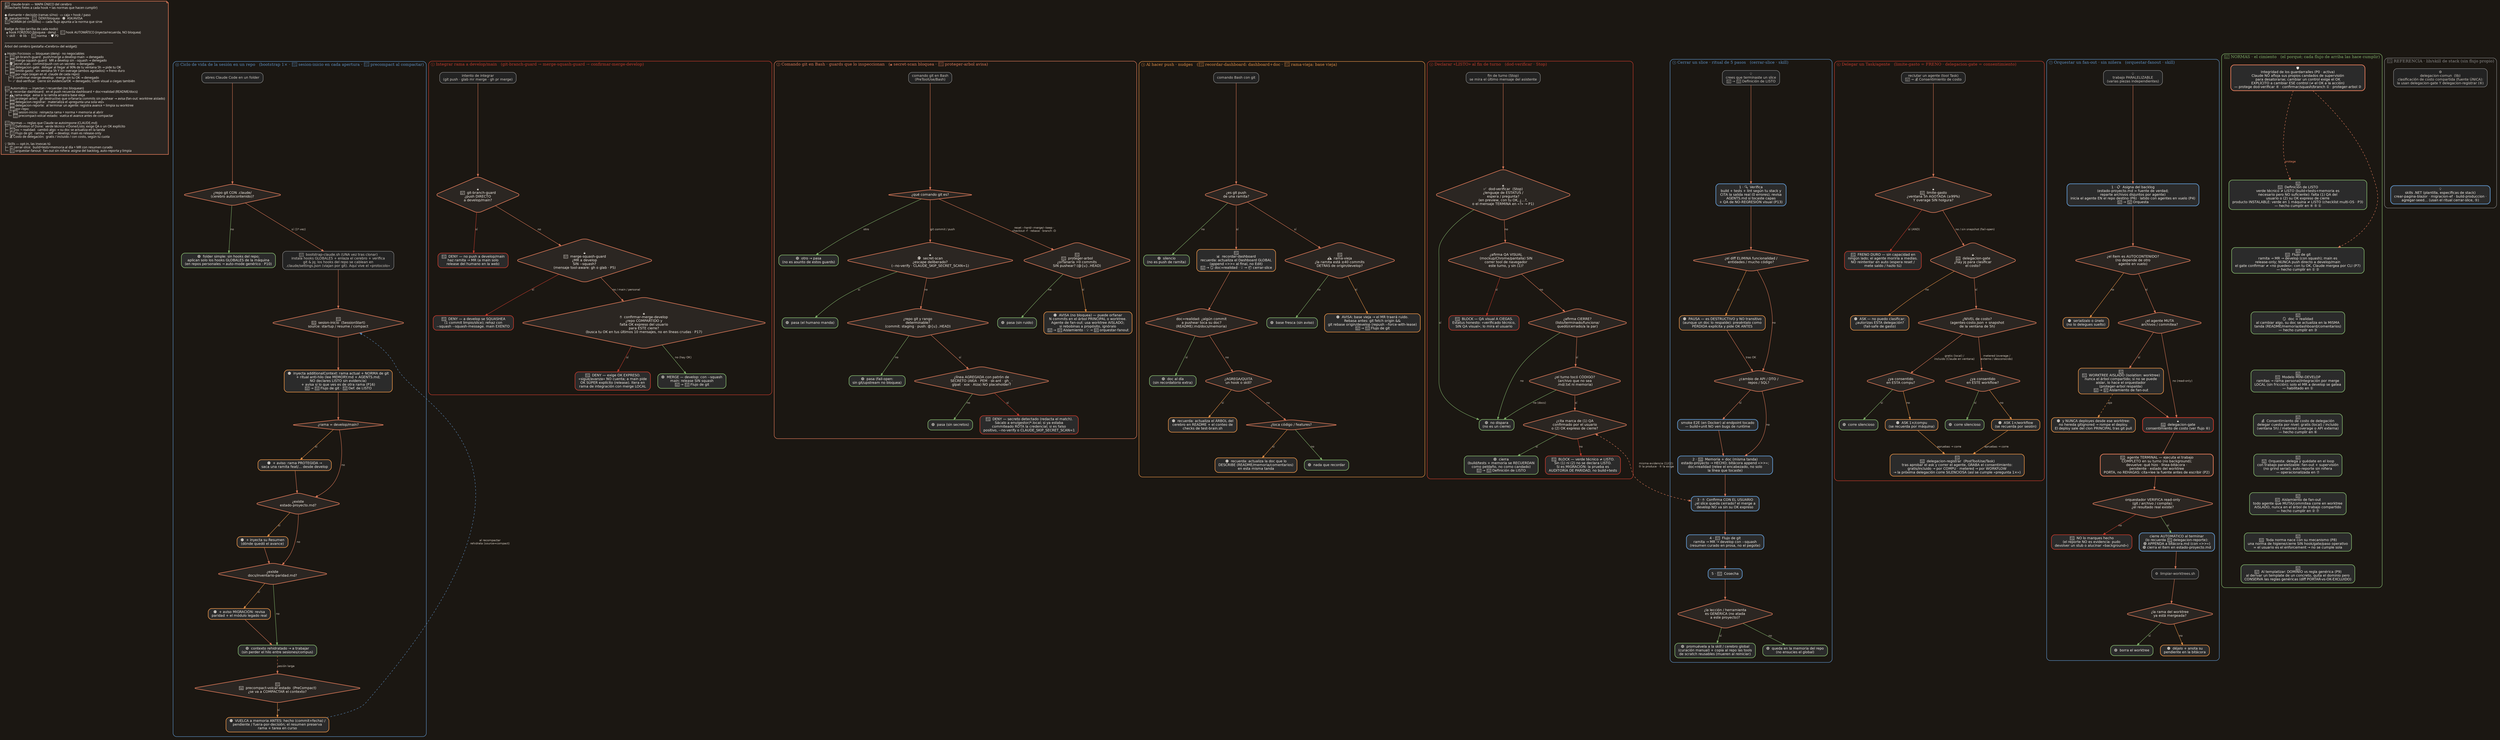
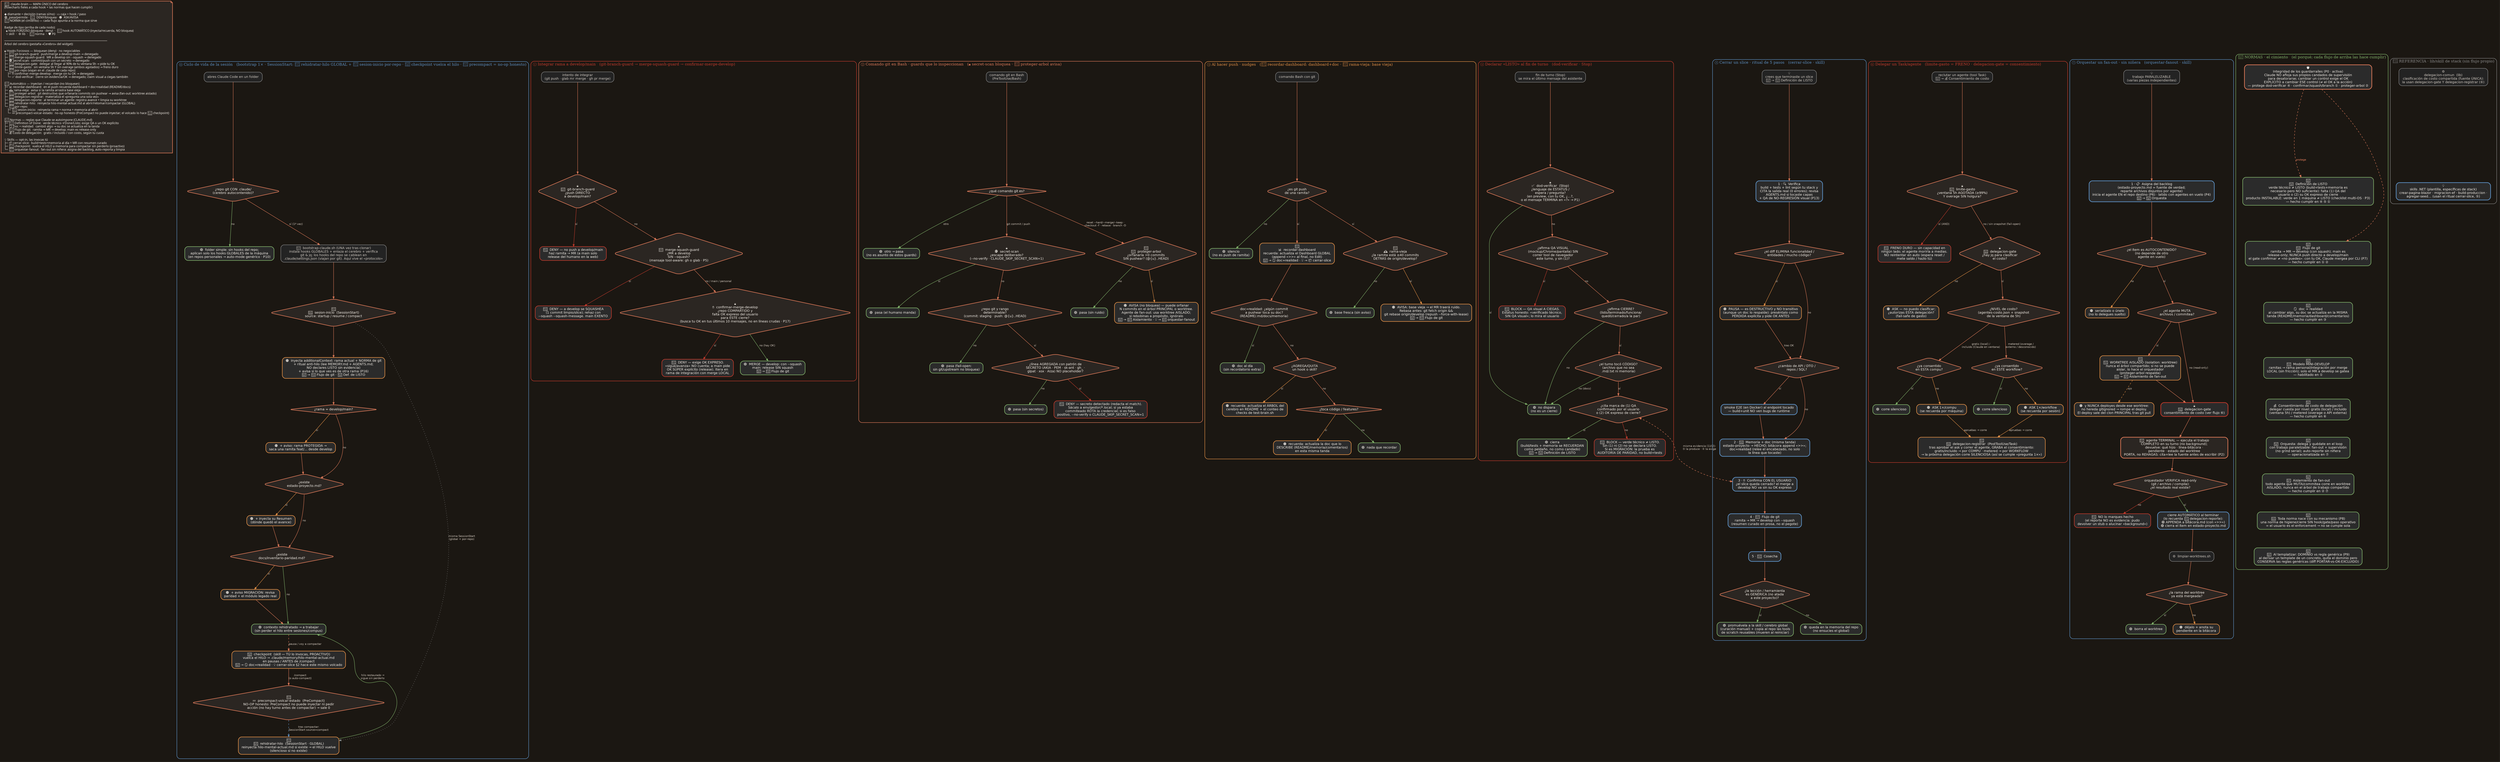
// Mapa del cerebro claude-brain — MAPA ÚNICO (fuente de verdad; el .graphml de yEd se genera de aquí).
// Contiene TODO: los flowcharts de decisión (⓪–⑦, fieles a la lógica real de cada hook leída del .sh)
// + las NORMAS que hacen cumplir (el cimiento) + la referencia de lib/skill de stack.
// diamante = decisión con ramas sí/no · caja = hook/paso · 🟢 pasa · 🔴 DENY · 🟠 ASK/AVISA · 📜 norma.
// Familias: sesión (⓪) · git (①②③) · «terminado» (④⑤) · delegación (⑥⑦).
// El ancho del render de Graphviz NO importa: en yEd se acomoda POR FLUJO (no en una tira).
// Lenguaje visual del README/widget.  Render: dot -Tpng docs/mapa-flujos.dot -o docs/mapa-flujos.png
digraph flujos {
  rankdir=TB;
  bgcolor="#1B1712";
  compound=true;
  nodesep=0.35;
  ranksep=0.55;
  splines=true;
  node [shape=box style="rounded,filled" fillcolor="#2B2B2B" fontcolor="#F2EDE6"
        fontname="Helvetica" fontsize=12 margin="0.16,0.09" penwidth=2];
  edge [color="#D97757" fontcolor="#C9BFB4" fontname="Helvetica" fontsize=10 penwidth=1.3 arrowsize=0.8];

  LEG [shape=note fillcolor="#2B2622" color="#D97757" penwidth=2 fontcolor="#F2EDE6" fontname="Menlo" fontsize=11
-        label="🧠  claude-brain — MAPA ÚNICO del cerebro\l(flowcharts fieles a cada hook + las normas que hacen cumplir)\l\l◆ diamante = decisión (ramas sí/no) · ▭ caja = hook / paso\l🟢  pasa/permite · 🔴  DENY/bloquea · 🟠  ASK/AVISA\l📜 NORMA (el cimiento) — cada flujo apunta a la norma que sirve\l\lBadge de tipo (arriba de cada nodo):\l  🔒 hook FORZOSO (bloquea · deny)  ·  🔔 hook AUTOMÁTICO (inyecta/recuerda, NO bloquea)\l  💡 skill  ·  ⚙ lib  ·  📜 norma  ·  🛡 P0\l\l────────────────────────────────────────────────────────\lÁrbol del cerebro (pestaña «Cerebro» del widget):\l\l🔒 Hooks Forzosos — bloquean (deny) · no negociables\l├─ 🚧 git-branch-guard:  push/merge a develop·main → denegado\l├─ 🔗 merge-squash-guard:  MR a develop sin --squash → denegado\l├─ 🕵️ secret-scan:  commit/push con un secreto → denegado\l├─ 💸 delegacion-gate:  delegar al llegar al 90% de tu ventana 5h → pide tu OK\l├─ 🛑 limite-gasto:  sin ventana 5h Y sin overage (ambos agotados) → freno duro\l└─ 📁 por-repo (viajan en el .claude de cada repo):\l   ├─ ✋ confirmar-merge-develop:  merge sin tu OK → denegado\l   └─ ✅ dod-verificar:  cierre sin evidencia/OK → denegado; claim visual a ciegas también\l\l🔔 Automático — inyectan / recuerdan (no bloquean)\l├─ 📊 recordar-dashboard:  en el push recuerda dashboard + doc=realidad (README/docs)\l├─ 🕰️ rama-vieja:  avisa si la ramita arrastra base vieja\l├─ 🌳 proteger-arbol:  git destructivo que orfanaría commits sin pushear → avisa (fan-out: worktree aislado)\l├─ 📝 delegacion-registrar:  materializa el «pregunta una sola vez»\l├─ 📮 delegacion-reporte:  al terminar un agente: registra avance + limpia su worktree\l└─ 📁 por-repo:\l   ├─ 🧭 sesion-inicio:  reinyecta rama + norma + memoria al abrir\l   └─ 💾 precompact-volcar-estado:  vuelca el avance antes de compactar\l\l📜 Normas — reglas que Claude se autoimpone (CLAUDE.md)\l├─ 🎯 Definition of Done:  verde técnico ≠ Done/Listo; exige QA o un OK explícito\l├─ 🪞 Doc = realidad:  cambió algo → su doc se actualiza en la tanda\l├─ 🌿 Flujo de git:  ramita → MR → develop; main es release-only\l└─ 💰 Costo de delegación:  gratis / incluido / con costo, según tu cuota\l\l💡 Skills — opt-in, las invocas tú\l├─ 📦 cerrar-slice:  build+tests+memoria al día + MR con resumen curado\l└─ 🧵 orquestar-fanout:  fan-out sin niñera: asigna del backlog, auto-reporta y limpia\l"];
+        label="🧠  claude-brain — MAPA ÚNICO del cerebro\l(flowcharts fieles a cada hook + las normas que hacen cumplir)\l\l◆ diamante = decisión (ramas sí/no) · ▭ caja = hook / paso\l🟢  pasa/permite · 🔴  DENY/bloquea · 🟠  ASK/AVISA\l📜 NORMA (el cimiento) — cada flujo apunta a la norma que sirve\l\lBadge de tipo (arriba de cada nodo):\l  🔒 hook FORZOSO (bloquea · deny)  ·  🔔 hook AUTOMÁTICO (inyecta/recuerda, NO bloquea)\l  💡 skill  ·  ⚙ lib  ·  📜 norma  ·  🛡 P0\l\l────────────────────────────────────────────────────────\lÁrbol del cerebro (pestaña «Cerebro» del widget):\l\l🔒 Hooks Forzosos — bloquean (deny) · no negociables\l├─ 🚧 git-branch-guard:  push/merge a develop·main → denegado\l├─ 🔗 merge-squash-guard:  MR a develop sin --squash → denegado\l├─ 🕵️ secret-scan:  commit/push con un secreto → denegado\l├─ 💸 delegacion-gate:  delegar al llegar al 90% de tu ventana 5h → pide tu OK\l├─ 🛑 limite-gasto:  sin ventana 5h Y sin overage (ambos agotados) → freno duro\l└─ 📁 por-repo (viajan en el .claude de cada repo):\l   ├─ ✋ confirmar-merge-develop:  merge sin tu OK → denegado\l   └─ ✅ dod-verificar:  cierre sin evidencia/OK → denegado; claim visual a ciegas también\l\l🔔 Automático — inyectan / recuerdan (no bloquean)\l├─ 📊 recordar-dashboard:  en el push recuerda dashboard + doc=realidad (README/docs)\l├─ 🕰️ rama-vieja:  avisa si la ramita arrastra base vieja\l├─ 🌳 proteger-arbol:  git destructivo que orfanaría commits sin pushear → avisa (fan-out: worktree aislado)\l├─ 📝 delegacion-registrar:  materializa el «pregunta una sola vez»\l├─ 📮 delegacion-reporte:  al terminar un agente: registra avance + limpia su worktree\l├─ 🧵 rehidratar-hilo:  reinyecta hilo-mental-actual.md al abrir/retomar/compactar (GLOBAL)\l└─ 📁 por-repo:\l   ├─ 🧭 sesion-inicio:  reinyecta rama + norma + memoria al abrir\l   └─ 💤 precompact-volcar-estado:  no-op honesto (PreCompact no puede inyectar; el volcado lo hace 💾 checkpoint)\l\l📜 Normas — reglas que Claude se autoimpone (CLAUDE.md)\l├─ 🎯 Definition of Done:  verde técnico ≠ Done/Listo; exige QA o un OK explícito\l├─ 🪞 Doc = realidad:  cambió algo → su doc se actualiza en la tanda\l├─ 🌿 Flujo de git:  ramita → MR → develop; main es release-only\l└─ 💰 Costo de delegación:  gratis / incluido / con costo, según tu cuota\l\l💡 Skills — opt-in, las invocas tú\l├─ 📦 cerrar-slice:  build+tests+memoria al día + MR con resumen curado\l├─ 💾 checkpoint:  vuelca el HILO a memoria para compactar sin perderlo (proactivo)\l└─ 🧵 orquestar-fanout:  fan-out sin niñera: asigna del backlog, auto-reporta y limpia\l"];

  // ===================== ⓪ CICLO DE VIDA DE LA SESIÓN =====================
  subgraph cluster_f0 {
-     label="⓪ Ciclo de vida de la sesión en un repo   (bootstrap 1× · 🔔 sesion-inicio en cada apertura · 🔔 precompact al compactar)";
+     label="⓪ Ciclo de vida de la sesión   (bootstrap 1× · SessionStart: 🔔 rehidratar-hilo GLOBAL + 🔔 sesion-inicio por-repo · 💾 checkpoint vuelca el hilo · 🔔 precompact = no-op honesto)";
    labeljust="l"; fontcolor="#5B8DBF"; fontsize=14; color="#5B8DBF"; style="rounded"; penwidth=1.6; margin=16;

    Z_OPEN [shape=box color="#8A8A8A" fillcolor="#232323" fontcolor="#CFC8C0" penwidth=1.5 label="abres Claude Code en un folder"];
    Z_GIT  [shape=diamond fillcolor="#2B2622" color="#D97757" penwidth=2 label="¿repo git CON .claude/\n(cerebro autocontenido)?"];
    Z_PLAIN [color="#7FB069" label="🟢  folder simple: sin hooks del repo;\naplican solo los hooks GLOBALES de la máquina\n(en repos personales → auto-mode genérico · P10)"];
    Z_BOOT [color="#8A8A8A" fillcolor="#232323" fontcolor="#CFC8C0" penwidth=1.5 label="🔧  bootstrap-claude.sh (UNA vez tras clonar)\ninstala hooks GLOBALES + enlaza el cerebro + verifica\ngit & jq; los hooks del repo se cablean en\n.claude/settings.json (viajan por git). Aquí vive el «protocolo»"];

    Z_START [shape=diamond fillcolor="#2B2622" color="#D97757" penwidth=2 label="🔔\n🧭  sesion-inicio  (SessionStart)\nsource: startup / resume / compact"];
    Z_INJECT [color="#E08E45" label="🟠  inyecta additionalContext: rama actual + NORMA de git\n+ ritual anti-hilo (lee MEMORY.md + AGENTS.md;\nNO declares LISTO sin evidencia)\n+ avisa si lo que ves es de otra rama (P16)\n📜 → 🌿 Flujo de git · 🎯 Def. de LISTO"];
    Z_PROT [shape=diamond fillcolor="#2B2622" color="#D97757" penwidth=2 label="¿rama = develop/main?"];
    Z_PROTW [color="#E08E45" label="🟠  + aviso: rama PROTEGIDA →\nsaca una ramita feat/… desde develop"];
    Z_EST [shape=diamond fillcolor="#2B2622" color="#D97757" penwidth=2 label="¿existe\nestado-proyecto.md?"];
    Z_ESTW [color="#E08E45" label="🟠  + inyecta su Resumen\n(dónde quedó el avance)"];
    Z_MIG [shape=diamond fillcolor="#2B2622" color="#D97757" penwidth=2 label="¿existe\ndocs/inventario-paridad.md?"];
    Z_MIGW [color="#E08E45" label="🟠  + aviso MIGRACIÓN: revisa\nparidad + el módulo legado real"];
    Z_READY [color="#7FB069" label="🟢  contexto rehidratado → a trabajar\n(sin perder el hilo entre sesiones/compus)"];

-     Z_COMPACT [shape=diamond fillcolor="#2B2622" color="#D97757" penwidth=2 label="🔔\n💾  precompact-volcar-estado  (PreCompact)\n¿se va a COMPACTAR el contexto?"];
-     Z_DUMP [color="#E08E45" label="🟠  VUELCA a memoria ANTES: hecho (commit+fecha) /\npendiente / fuera-por-decisión; el resumen preserva\nrama + tarea en curso"];
+     Z_CHECK [color="#E08E45" label="💾  checkpoint  (skill — TÚ lo invocas, PROACTIVO)\nvuelca el HILO → .claude/memory/hilo-mental-actual.md\nen pausas / ANTES de /compact\n📜 → 🪞 doc=realidad · 💡 cerrar-slice §2 hace este mismo volcado"];
+     Z_COMPACT [shape=diamond fillcolor="#2B2622" color="#D97757" penwidth=2 label="🔔\n💤  precompact-volcar-estado  (PreCompact)\nNO-OP honesto: PreCompact no puede inyectar ni pedir\nacción (no hay turno antes de compactar) → sale 0"];
+     Z_REHID [color="#E08E45" label="🔔\n🧵  rehidratar-hilo  (SessionStart · GLOBAL)\nreinyecta hilo-mental-actual.md si existe → el HILO vuelve\n(silencioso si no existe)"];

    Z_OPEN -> Z_GIT;
    Z_GIT -> Z_PLAIN [label="no" color="#7FB069"];
    Z_GIT -> Z_BOOT  [label="sí (1ª vez)"];
    Z_BOOT -> Z_START;
    Z_START -> Z_INJECT;
    Z_INJECT -> Z_PROT;
    Z_PROT -> Z_PROTW [label="sí" color="#E08E45"];
    Z_PROT -> Z_EST   [label="no"];
    Z_PROTW -> Z_EST;
    Z_EST -> Z_ESTW [label="sí" color="#E08E45"];
    Z_EST -> Z_MIG  [label="no"];
    Z_ESTW -> Z_MIG;
    Z_MIG -> Z_MIGW  [label="sí" color="#E08E45"];
    Z_MIG -> Z_READY [label="no" color="#7FB069"];
    Z_MIGW -> Z_READY;
-     Z_READY -> Z_COMPACT [label="sesión larga" style=dashed];
-     Z_COMPACT -> Z_DUMP [label="sí" color="#E08E45"];
-     Z_DUMP -> Z_START [label="al recompactar\nrehidrata (source=compact)" style=dashed color="#5B8DBF" constraint=false];
+     Z_READY -> Z_CHECK [label="pausa / voy a compactar" style=dashed];
+     Z_CHECK -> Z_COMPACT [label="/compact\n(o auto-compact)"];
+     Z_COMPACT -> Z_REHID [label="tras compactar:\nSessionStart source=compact" style=dashed color="#5B8DBF"];
+     Z_REHID -> Z_READY [label="hilo restaurado →\nsigue sin perderlo" color="#7FB069" constraint=false];
+     Z_START -> Z_REHID [label="misma SessionStart\n(global + por-repo)" style=dotted color="#8A8A8A" constraint=false];
  }

  // ===================== ① INTEGRAR a develop/main =====================
  subgraph cluster_f1 {
    label="① Integrar rama a develop/main   (git-branch-guard → merge-squash-guard → confirmar-merge-develop)";
    labeljust="l"; fontcolor="#C0392B"; fontsize=14; color="#C0392B"; style="rounded"; penwidth=1.6; margin=16;

    G1_IN  [shape=box color="#8A8A8A" fillcolor="#232323" fontcolor="#CFC8C0" penwidth=1.5 label="intento de integrar\n(git push · glab mr merge · gh pr merge)"];
    G1_D1  [shape=diamond fillcolor="#2B2622" color="#D97757" penwidth=2 label="🔒\n🚧  git-branch-guard\n¿push DIRECTO\na develop/main?"];
    G1_DENY1 [color="#C0392B" label="🔴  DENY — no push a develop/main\nhaz ramita → MR (a main solo\nrelease del humano en la web)"];
    G1_D2  [shape=diamond fillcolor="#2B2622" color="#D97757" penwidth=2 label="🔒\n🔗  merge-squash-guard\n¿MR a develop\nSIN --squash?\n(mensaje tool-aware: gh o glab · P5)"];
    G1_DENY2 [color="#C0392B" label="🔴  DENY — a develop se SQUASHEA\n(1 commit limpio/slice); rehaz con\n--squash --squash-message. main EXENTO"];
    G1_D3  [shape=diamond fillcolor="#2B2622" color="#D97757" penwidth=2 label="🔒\n✋  confirmar-merge-develop\n¿repo COMPARTIDO y\nfalta OK expreso del usuario\npara ESTE cierre?\n(busca tu OK en tus últimos 10 mensajes, no en líneas crudas · P17)"];
    G1_DENY3 [color="#C0392B" label="🔴  DENY — exige OK EXPRESO.\n«sigue/avanza» NO cuenta; a main pide\nOK SÚPER explícito (release). Itera en\nrama de integración con merge LOCAL"];
    G1_OK  [color="#7FB069" label="🟢  MERGE — develop: con --squash\nmain: release SIN squash\n📜 → 🌿 Flujo de git"];

    G1_IN -> G1_D1;
    G1_D1 -> G1_DENY1 [label="sí" color="#C0392B"];
    G1_D1 -> G1_D2    [label="no"];
    G1_D2 -> G1_DENY2 [label="sí" color="#C0392B"];
    G1_D2 -> G1_D3    [label="no / main / personal"];
    G1_D3 -> G1_DENY3 [label="sí" color="#C0392B"];
    G1_D3 -> G1_OK    [label="no (hay OK)" color="#7FB069"];
  }

  // ===================== ② COMANDO GIT EN BASH — dos guards con la MISMA entrada ==========
  // secret-scan (🔒 bloquea) y proteger-arbol (🔔 avisa) comparten entrada "comando git en Bash";
  // un despachador los abre según el TIPO de comando.
  subgraph cluster_f2 {
    label="② Comando git en Bash · guards que lo inspeccionan   (🔒 secret-scan bloquea · 🔔 proteger-arbol avisa)";
    labeljust="l"; fontcolor="#D97757"; fontsize=14; color="#D97757"; style="rounded"; penwidth=1.6; margin=16;

    GG_IN   [shape=box color="#8A8A8A" fillcolor="#232323" fontcolor="#CFC8C0" penwidth=1.5 label="comando git en Bash\n(PreToolUse/Bash)"];
    GG_DISP [shape=diamond fillcolor="#2B2622" color="#D97757" penwidth=2 label="¿qué comando git es?"];
    GG_OTRO [color="#7FB069" label="🟢  otro → pasa\n(no es asunto de estos guards)"];

    // --- rama secret-scan (commit / push) ---
    S_D2  [shape=diamond fillcolor="#2B2622" color="#D97757" penwidth=2 label="🔒\n🕵  secret-scan\n¿escape deliberado?\n(--no-verify · CLAUDE_SKIP_SECRET_SCAN=1)"];
    S_PASA2 [color="#7FB069" label="🟢  pasa (el humano manda)"];
    S_D3  [shape=diamond fillcolor="#2B2622" color="#D97757" penwidth=2 label="¿repo git y rango\ndeterminable?\n(commit: staging · push: @{u}..HEAD)"];
    S_PASA3 [color="#7FB069" label="🟢  pasa (fail-open:\nsin git/upstream no bloquea)"];
    S_D4  [shape=diamond fillcolor="#2B2622" color="#D97757" penwidth=2 label="¿línea AGREGADA con patrón de\nSECRETO (AKIA · PEM · sk-ant · gh_ ·\nglpat · xox · AIza) NO placeholder?"];
    S_PASA4 [color="#7FB069" label="🟢  pasa (sin secretos)"];
    S_DENY [color="#C0392B" label="🔴  DENY — secreto detectado (redacta el match).\nSácalo a env/gestor/*.local; si ya estaba\ncommiteado ROTA la credencial; si es falso\npositivo, --no-verify o CLAUDE_SKIP_SECRET_SCAN=1"];

    // --- rama proteger-arbol (destructivo) ---
    A_D2  [shape=diamond fillcolor="#2B2622" color="#D97757" penwidth=2 label="🔔\n🌳  proteger-arbol\n¿orfanaría >0 commits\nSIN pushear? (@{u}..HEAD)"];
    A_PASA [color="#7FB069" label="🟢  pasa (sin ruido)"];
    A_WARN [color="#E08E45" label="🟠  AVISA (no bloquea) — puede orfanar\nN commits en el árbol PRINCIPAL o worktree.\nAgente de fan-out: usa worktree AISLADO;\nsi rebobinas a propósito, ignóralo\n📜 → 🧱 Aislamiento · 💡 → 🧵 orquestar-fanout"];

    GG_IN -> GG_DISP;
    GG_DISP -> S_D2    [label="git commit / push"];
    GG_DISP -> A_D2    [label="reset --hard/--merge/--keep ·\ncheckout -f · rebase · branch -D"];
    GG_DISP -> GG_OTRO [label="otro" color="#7FB069"];

    S_D2 -> S_PASA2 [label="sí" color="#7FB069"];
    S_D2 -> S_D3    [label="no"];
    S_D3 -> S_PASA3 [label="no" color="#7FB069"];
    S_D3 -> S_D4    [label="sí"];
    S_D4 -> S_PASA4 [label="no" color="#7FB069"];
    S_D4 -> S_DENY  [label="sí" color="#C0392B"];

    A_D2 -> A_PASA [label="no" color="#7FB069"];
    A_D2 -> A_WARN [label="sí" color="#E08E45"];
  }

  // ===================== ③ AL HACER PUSH — nudges (recordar-dashboard + rama-vieja) =====================
  subgraph cluster_f3 {
    label="③ Al hacer push · nudges   (🔔 recordar-dashboard: dashboard+doc · 🔔 rama-vieja: base vieja)";
    labeljust="l"; fontcolor="#E08E45"; fontsize=14; color="#E08E45"; style="rounded"; penwidth=1.6; margin=16;

    G6_IN  [shape=box color="#8A8A8A" fillcolor="#232323" fontcolor="#CFC8C0" penwidth=1.5 label="comando Bash con git"];
    G6_PUSH [shape=diamond fillcolor="#2B2622" color="#D97757" penwidth=2 label="¿es git push\nde una ramita?"];
    G6_SIL [color="#7FB069" label="🟢  silencio\n(no es push de ramita)"];

    // --- rama recordar-dashboard ---
    G6_DASH [color="#E08E45" label="🔔\n📊  recordar-dashboard\nrecuerda: actualiza el Dashboard GLOBAL\n(append «>>» al final, no Edit)\n📜 → 🪞 doc=realidad · 💡 → 📦 cerrar-slice"];
    G6_D2  [shape=diamond fillcolor="#2B2622" color="#D97757" penwidth=2 label="doc=realidad: ¿algún commit\na pushear toca su doc?\n(README/.md/docs/memoria)"];
    G6_OK  [color="#7FB069" label="🟢  doc al día\n(sin recordatorio extra)"];
    G6_D3  [shape=diamond fillcolor="#2B2622" color="#D97757" penwidth=2 label="¿AGREGA/QUITA\nun hook o skill?"];
    G6_HOOK [color="#E08E45" label="🟠  recuerda: actualiza el ÁRBOL del\ncerebro en README + el conteo de\nchecks de test-brain.sh"];
    G6_D4  [shape=diamond fillcolor="#2B2622" color="#D97757" penwidth=2 label="¿toca código / features?"];
    G6_CODE [color="#E08E45" label="🟠  recuerda: actualiza la doc que lo\nDESCRIBE (README/memoria/comentarios)\nen esta misma tanda"];
    G6_NA  [color="#7FB069" label="🟢  nada que recordar"];

    // --- rama rama-vieja ---
    G6_RV  [shape=diamond fillcolor="#2B2622" color="#D97757" penwidth=2 label="🔔\n🕰  rama-vieja\n¿la ramita está ≥40 commits\nDETRÁS de origin/develop?"];
    G6_RV_OK [color="#7FB069" label="🟢  base fresca (sin aviso)"];
    G6_RV_WARN [color="#E08E45" label="🟠  AVISA: base vieja → el MR traerá ruido.\nRebasa antes: git fetch origin &&\ngit rebase origin/develop (repush --force-with-lease)\n📜 → 🌿 Flujo de git"];

    G6_IN -> G6_PUSH;
    G6_PUSH -> G6_SIL  [label="no" color="#7FB069"];
    G6_PUSH -> G6_DASH [label="sí"];
    G6_PUSH -> G6_RV   [label="sí"];
    G6_DASH -> G6_D2;
    G6_D2 -> G6_OK   [label="sí" color="#7FB069"];
    G6_D2 -> G6_D3   [label="no"];
    G6_D3 -> G6_HOOK [label="sí" color="#E08E45"];
    G6_D3 -> G6_D4   [label="no"];
    G6_D4 -> G6_CODE [label="sí" color="#E08E45"];
    G6_D4 -> G6_NA   [label="no" color="#7FB069"];
    G6_RV -> G6_RV_OK   [label="no" color="#7FB069"];
    G6_RV -> G6_RV_WARN [label="sí" color="#E08E45"];
  }

  // ===================== ④ DECLARAR «LISTO» al fin de turno (dod-verificar · Stop) =====================
  subgraph cluster_f4 {
    label="④ Declarar «LISTO» al fin de turno   (dod-verificar · Stop)";
    labeljust="l"; fontcolor="#C0392B"; fontsize=14; color="#C0392B"; style="rounded"; penwidth=1.6; margin=16;

    G2_IN  [shape=box color="#8A8A8A" fillcolor="#232323" fontcolor="#CFC8C0" penwidth=1.5 label="fin de turno (Stop)\nse mira el último mensaje del asistente"];
    G2_D0  [shape=diamond fillcolor="#2B2622" color="#D97757" penwidth=2 label="🔒\n✅  dod-verificar  (Stop)\n¿lenguaje de ESTATUS /\nespera / pregunta?\n(en preview, con tu OK, ¿…?,\no el mensaje TERMINA en «?» → P1)"];
    G2_ESC [color="#7FB069" label="🟢  no dispara\n(no es un cierre)"];
    G2_D1  [shape=diamond fillcolor="#2B2622" color="#D97757" penwidth=2 label="¿afirma QA VISUAL\n(mockup/Chrome/pantalla) SIN\ncorrer tool de navegador\neste turno, y sin (1)?"];
    G2_VIS [color="#C0392B" label="🔴  BLOCK — QA visual A CIEGAS.\nEstatus honesto: «verificado técnico,\nSIN QA visual»; lo mira el usuario"];
    G2_D2  [shape=diamond fillcolor="#2B2622" color="#D97757" penwidth=2 label="¿afirma CIERRE?\n(listo/terminado/funciona/\nquedó/cerrado/a la par)"];
    G2_D3  [shape=diamond fillcolor="#2B2622" color="#D97757" penwidth=2 label="¿el turno tocó CÓDIGO?\n(archivo que no sea\n.md/.txt ni memoria)"];
    G2_D4  [shape=diamond fillcolor="#2B2622" color="#D97757" penwidth=2 label="¿cita marca de (1) QA\nconfirmado por el usuario\no (2) OK expreso de cierre?"];
    G2_OK  [color="#7FB069" label="🟢  cierra\n(build/tests + memoria se RECUERDAN\ncomo peldaño, no como candado)\n📜 → 🎯 Definición de LISTO"];
    G2_DENY [color="#C0392B" label="🔴  BLOCK — verde técnico ≠ LISTO.\nSin (1) ni (2) no se declara LISTO.\nSi es MIGRACIÓN: la prueba es\nAUDITORÍA DE PARIDAD, no build+tests"];

    G2_IN -> G2_D0;
    G2_D0 -> G2_ESC [label="sí" color="#7FB069"];
    G2_D0 -> G2_D1  [label="no"];
    G2_D1 -> G2_VIS [label="sí" color="#C0392B"];
    G2_D1 -> G2_D2  [label="no"];
    G2_D2 -> G2_ESC [label="no" color="#7FB069"];
    G2_D2 -> G2_D3  [label="sí"];
    G2_D3 -> G2_ESC [label="no (docs)" color="#7FB069"];
    G2_D3 -> G2_D4  [label="sí"];
    G2_D4 -> G2_OK   [label="sí" color="#7FB069"];
    G2_D4 -> G2_DENY [label="no" color="#C0392B"];
  }

  // ===================== ⑤ CERRAR UN SLICE (ritual de 5 pasos · cerrar-slice) =====================
  subgraph cluster_f5 {
    label="⑤ Cerrar un slice · ritual de 5 pasos   (cerrar-slice · skill)";
    labeljust="l"; fontcolor="#5B8DBF"; fontsize=14; color="#5B8DBF"; style="rounded"; penwidth=1.6; margin=16;

    C_IN [shape=box color="#8A8A8A" fillcolor="#232323" fontcolor="#CFC8C0" penwidth=1.5 label="💡\ncrees que terminaste un slice\n📜 → 🎯 Definición de LISTO"];
    C1 [color="#5B8DBF" penwidth=2.5 label="1 · 🔍  Verifica\nbuild + tests + lint según tu stack y\nCITA la salida real (0 errores); revisa\nAGENTS.md si tocaste capas\n+ QA de NO-REGRESIÓN visual (P13)"];
    C_DESTR [shape=diamond fillcolor="#2B2622" color="#D97757" penwidth=2 label="¿el diff ELIMINA funcionalidad /\nentidades / mucho código?"];
    C_PAUSA [color="#E08E45" label="🟠  PAUSA — es DESTRUCTIVO y NO transitivo\n(aunque un doc lo respalde): preséntalo como\nPÉRDIDA explícita y pide OK ANTES"];
    C_API [shape=diamond fillcolor="#2B2622" color="#D97757" penwidth=2 label="¿cambio de API / DTO /\nrepos / SQL?"];
    C_SMOKE [color="#5B8DBF" penwidth=2.5 label="smoke E2E (en Docker) al endpoint tocado\n— build+unit NO ven bugs de runtime"];
    C2 [color="#5B8DBF" penwidth=2.5 label="2 · 📝  Memoria + doc (misma tanda)\nestado-proyecto → HECHO; bitácora append «>>»;\ndoc=realidad (relee el encabezado, no solo\nla línea que tocaste)"];
    C3 [color="#5B8DBF" penwidth=2.5 label="3 · ✋  Confirma CON EL USUARIO\n¿el slice queda cerrado? el merge a\ndevelop NO va sin su OK expreso"];
    C4 [color="#5B8DBF" penwidth=2.5 label="4 · 🔗  Flujo de git\nramita → MR → develop con --squash\n(resumen curado en prosa, no el pegote)"];
    C5 [color="#5B8DBF" penwidth=2.5 label="5 · 🌱  Cosecha"];
    C_GEN [shape=diamond fillcolor="#2B2622" color="#D97757" penwidth=2 label="¿la lección / herramienta\nes GENÉRICA (no atada\na este proyecto)?"];
    C_PROM [color="#7FB069" label="🟢  promuévela a la skill / cerebro global\n(curación manual) + copia al repo las tools\nde scratch reusables (mueren al reiniciar)"];
    C_LOCAL [color="#7FB069" label="🟢  queda en la memoria del repo\n(no ensucies el global)"];

    C_IN -> C1;
    C1 -> C_DESTR;
    C_DESTR -> C_PAUSA [label="sí" color="#E08E45"];
    C_DESTR -> C_API   [label="no"];
    C_PAUSA -> C_API   [label="tras OK"];
    C_API -> C_SMOKE [label="sí"];
    C_API -> C2      [label="no"];
    C_SMOKE -> C2;
    C2 -> C3 -> C4 -> C5;
    C5 -> C_GEN;
    C_GEN -> C_PROM  [label="sí" color="#7FB069"];
    C_GEN -> C_LOCAL [label="no" color="#7FB069"];
  }

  // ===================== ⑥ DELEGAR un Task/agente (limite-gasto + delegacion-gate) =====================
  subgraph cluster_f6 {
    label="⑥ Delegar un Task/agente   (limite-gasto = FRENO · delegacion-gate = consentimiento)";
    labeljust="l"; fontcolor="#C0392B"; fontsize=14; color="#C0392B"; style="rounded"; penwidth=1.6; margin=16;

    G3_IN  [shape=box color="#8A8A8A" fillcolor="#232323" fontcolor="#CFC8C0" penwidth=1.5 label="reclutar un agente (tool Task)\n📜 → 💰 Consentimiento de costo"];
    G3_D1  [shape=diamond fillcolor="#2B2622" color="#D97757" penwidth=2 label="🔒\n🛑  limite-gasto\n¿ventana 5h AGOTADA (≥99%)\nY overage SIN holgura?"];
    G3_FRENO [color="#C0392B" label="🔴  FRENO DURO — sin capacidad en\nningún lado; el agente moriría a medias.\nNO reintentar en auto (espera reset /\nmete saldo / hazlo tú)"];
    G3_D2  [shape=diamond fillcolor="#2B2622" color="#D97757" penwidth=2 label="🔒\n💸  delegacion-gate\n¿hay jq para clasificar\nel costo?"];
    G3_ASK0 [color="#E08E45" label="🟠  ASK — no puedo clasificar;\n¿autorizas ESTA delegación?\n(fail-safe de gasto)"];
    G3_NIVEL [shape=diamond fillcolor="#2B2622" color="#D97757" penwidth=2 label="¿NIVEL de costo?\n(agentes-costo.json + snapshot\nde la ventana de 5h)"];
    G3_CG  [shape=diamond fillcolor="#2B2622" color="#D97757" penwidth=2 label="¿ya consentido\nen ESTA compu?"];
    G3_CM  [shape=diamond fillcolor="#2B2622" color="#D97757" penwidth=2 label="¿ya consentido\nen ESTE workflow?"];
    G3_RUN1 [color="#7FB069" label="🟢  corre silencioso"];
    G3_ASK1 [color="#E08E45" label="🟠  ASK 1×/compu\n(se recuerda por máquina)"];
    G3_RUN2 [color="#7FB069" label="🟢  corre silencioso"];
    G3_ASK2 [color="#E08E45" label="🟠  ASK 1×/workflow\n(se recuerda por sesión)"];
    G3_REG  [color="#E08E45" label="🔔\n📝  delegacion-registrar  (PostToolUse/Task)\ntras aprobar el ask y correr el agente, GRABA el consentimiento:\ngratis/incluido → por COMPU · metered → por WORKFLOW\n→ la próxima delegación corre SILENCIOSA (así se cumple «pregunta 1×»)"];

    G3_IN -> G3_D1;
    G3_D1 -> G3_FRENO [label="sí (AND)" color="#C0392B"];
    G3_D1 -> G3_D2    [label="no / sin snapshot (fail-open)"];
    G3_D2 -> G3_ASK0  [label="no" color="#E08E45"];
    G3_D2 -> G3_NIVEL [label="sí"];
    G3_NIVEL -> G3_CG [label="gratis (local) /\nincluido (Claude en ventana)"];
    G3_NIVEL -> G3_CM [label="metered (overage /\nexterno / desconocido)"];
    G3_CG -> G3_RUN1 [label="sí" color="#7FB069"];
    G3_CG -> G3_ASK1 [label="no" color="#E08E45"];
    G3_CM -> G3_RUN2 [label="sí" color="#7FB069"];
    G3_CM -> G3_ASK2 [label="no" color="#E08E45"];
    G3_ASK1 -> G3_REG [label="apruebas → corre" color="#E08E45"];
    G3_ASK2 -> G3_REG [label="apruebas → corre" color="#E08E45"];
  }

  // ===================== ⑦ ORQUESTAR UN FAN-OUT (sin niñera · orquestar-fanout) =====================
  subgraph cluster_f7 {
    label="⑦ Orquestar un fan-out · sin niñera   (orquestar-fanout · skill)";
    labeljust="l"; fontcolor="#5B8DBF"; fontsize=14; color="#5B8DBF"; style="rounded"; penwidth=1.6; margin=16;

    OF_IN [shape=box color="#8A8A8A" fillcolor="#232323" fontcolor="#CFC8C0" penwidth=1.5 label="💡\ntrabajo PARALELIZABLE\n(varias piezas independientes)"];
    OF_1  [color="#5B8DBF" penwidth=2.5 label="1 · 📋  Asigna del backlog\n(estado-proyecto.md = fuente de verdad;\nreparte archivos disjuntos por agente)\ninicia el agente EN el repo destino (P6) · latido con agentes en vuelo (P4)\n📜 → 🎼 Orquesta"];
    OF_DAUTO [shape=diamond fillcolor="#2B2622" color="#D97757" penwidth=2 label="¿el ítem es AUTOCONTENIDO?\n(no depende de otro\nagente en vuelo)"];
    OF_SER [color="#E08E45" label="🟠  serialízalo o únelo\n(no lo delegues suelto)"];
    OF_DMUT [shape=diamond fillcolor="#2B2622" color="#D97757" penwidth=2 label="¿el agente MUTA\narchivos / commitea?"];
    OF_WT [color="#E08E45" label="🔔\n🌳  WORKTREE AISLADO (isolation: worktree)\nnunca el árbol compartido; si no se puede\naislar, lo hace el orquestador\n(proteger-arbol respalda)\n📜 → 🧱 Aislamiento de fan-out"];
    OF_DEPLOY [color="#E08E45" label="🟠  y NUNCA deployes desde ese worktree:\nno hereda gitignored → rompe el deploy.\nEl deploy sale del clon PRINCIPAL tras git pull"];
    OF_GATE [color="#C0392B" penwidth=2.5 label="🔒\n💸  delegacion-gate\nconsentimiento de costo (ver flujo ⑥)"];
    OF_AG [color="#D97757" fillcolor="#2B2622" penwidth=2.5 label="🤖  agente TERMINAL — ejecuta el trabajo\nCOMPLETO en su turno (no background);\ndevuelve: qué hizo · línea-bitácora ·\npendiente · estado del worktree\nPORTA, no REHAGAS: cita+lee la fuente antes de escribir (P2)"];
    OF_DVER [shape=diamond fillcolor="#2B2622" color="#D97757" penwidth=2 label="orquestador VERIFICA read-only\n(git / archivo / compila):\n¿el resultado real existe?"];
    OF_NO [color="#C0392B" label="🔴  NO lo marques hecho\n(el reporte NO es evidencia: pudo\ndevolver un stub o alucinar «background»)"];
    OF_CIERRE [color="#5B8DBF" penwidth=2.5 label="cierre AUTOMÁTICO al terminar\n(lo recuerda 🔔 delegacion-reporte):\n🟢 APPENDA a bitácora.md (con «>>»)\n🟢 cierra el ítem en estado-proyecto.md"];
    OF_WTC [color="#8A8A8A" fillcolor="#232323" fontcolor="#CFC8C0" penwidth=1.5 label="⚙  limpiar-worktrees.sh"];
    OF_DWT [shape=diamond fillcolor="#2B2622" color="#D97757" penwidth=2 label="¿la rama del worktree\nya está mergeada?"];
    OF_BORRA [color="#7FB069" label="🟢  borra el worktree"];
    OF_DEJA [color="#E08E45" label="🟠  déjalo + anota su\npendiente en la bitácora"];

    OF_IN -> OF_1 -> OF_DAUTO;
    OF_DAUTO -> OF_SER  [label="no" color="#E08E45"];
    OF_DAUTO -> OF_DMUT [label="sí"];
    OF_DMUT -> OF_WT   [label="sí"];
    OF_DMUT -> OF_GATE [label="no (read-only)"];
    OF_WT -> OF_GATE;
    OF_WT -> OF_DEPLOY [label="ojo" color="#E08E45" style=dashed];
    OF_GATE -> OF_AG;
    OF_AG -> OF_DVER;
    OF_DVER -> OF_NO     [label="no" color="#C0392B"];
    OF_DVER -> OF_CIERRE [label="sí" color="#7FB069"];
    OF_CIERRE -> OF_WTC;
    OF_WTC -> OF_DWT;
    OF_DWT -> OF_BORRA [label="sí" color="#7FB069"];
    OF_DWT -> OF_DEJA  [label="no" color="#E08E45"];
  }

  // ===================== 📜 NORMAS — el cimiento (el porqué que los flujos hacen cumplir) =====================
  subgraph cluster_normas {
    label="📜 NORMAS · el cimiento   (el porqué; cada flujo de arriba las hace cumplir)";
    labeljust="l"; fontcolor="#7FB069"; fontsize=14; color="#7FB069"; style="rounded"; penwidth=1.6; margin=16;
    node [color="#7FB069" penwidth=2];
    N_DOD  [label="📜\n🎯  Definición de LISTO\nverde técnico ≠ LISTO (build+tests+memoria es\nnecesario pero NO suficiente): falta (1) QA del\nusuario o (2) su OK expreso de cierre\nproducto INSTALABLE: verde en 1 máquina ≠ LISTO (checklist multi-OS · P3)\n— hecho cumplir en ④ ⑤ ①"];
    N_GIT  [label="📜\n🌿  Flujo de git\nramita → MR → develop (con squash); main es\nrelease-only; NUNCA push directo a develop/main\nel gate confirmar ≠ «no puedes»: con tu OK, Claude mergea por CLI (P7)\n— hecho cumplir en ① ②"];
    N_DOC  [label="📜\n🪞  doc = realidad\nal cambiar algo, su doc se actualiza en la MISMA\ntanda (README/memoria/dashboard/comentarios)\n— hecho cumplir en ③"];
    N_MINI [label="📜\n🌱  Modelo MINI-DEVELOP\nramitas → rama personal/integración por merge\nLOCAL (sin fricción); solo el MR a develop se gatea\n— habilitado en ①"];
    N_COST [label="📜\n💰  Consentimiento de costo de delegación\ndelegar cuesta por nivel: gratis (local) / incluido\n(ventana 5h) / metered (overage o API externa)\n— hecho cumplir en ⑥"];
    N_ORQ  [label="📜\n🎼  Orquesta: delega y quédate en el loop\ncon trabajo paralelizable: fan-out + supervisión\n(no grind serial); auto-reporte sin niñera\n— operacionalizada en ⑦"];
    N_AISL [label="📜\n🧱  Aislamiento de fan-out\ntodo agente que MUTA/commitea corre en worktree\nAISLADO, nunca en el árbol de trabajo compartido\n— hecho cumplir en ② ⑦"];
    N_P0   [color="#D97757" penwidth=2.5 style="rounded,filled"
            label="🛡\nIntegridad de los guardarraíles (P0 · activa)\nClaude NO afloja sus propios candados de supervisión\npara desatorarse; cambiar un control exige el OK\nEXPLÍCITO a cambiar ESE control (≠ el OK a la acción)\n— protege dod-verificar ④ · confirmar/squash/branch ① · proteger-arbol ②"];
    N_MEC  [label="📜\n🧩  Toda norma nace con su mecanismo (P8)\nuna norma de higiene/cierre SIN hook/gate/paso operativo\n= el usuario es el enforcement → no se cumple sola"];

    N_P0 -> N_DOD [label="protege" style=dashed color="#D97757" fontcolor="#D97757" penwidth=1.4 constraint=false];
    N_P0 -> N_GIT [style=dashed color="#D97757" penwidth=1.4 constraint=false];
    // apila las normas en COLUMNA (invisible: solo rango) para que no se vayan a lo ancho
    edge [style=invis];
    N_TPL  [label="📜\n🧬  Al templatizar: DOMINIO vs regla genérica (P9)\nal derivar un template de un concreto, quita el dominio pero\nCONSERVA las reglas genéricas (diff PORTAR-vs-OK-EXCLUIDO)"];
    N_P0 -> N_DOD -> N_GIT -> N_DOC -> N_MINI -> N_COST -> N_ORQ -> N_AISL -> N_MEC -> N_TPL;
    edge [style=solid];
  }

  // ===================== 🔩 REFERENCIA · lib/skill de stack (sin flujo propio) =====================
  subgraph cluster_ref {
    label="🔩 REFERENCIA · lib/skill de stack (sin flujo propio)";
    labeljust="l"; fontcolor="#8A8A8A"; fontsize=14; color="#8A8A8A"; style="rounded"; penwidth=1.4; margin=14;
    R_COMUN [color="#8A8A8A" fillcolor="#232323" fontcolor="#CFC8C0" penwidth=1.5
             label="⚙\ndelegacion-comun  (lib)\nclasificación de costo compartida (fuente ÚNICA):\nla usan delegacion-gate Y delegacion-registrar (⑥)"];
    R_NET   [color="#5B8DBF" penwidth=2.5
             label="💡\nskills .NET (plantilla, específicas de stack)\ncrear-pagina-blazor · migracion-ef · build-produccion ·\nagregar-seed… (usan el ritual cerrar-slice, ⑤)"];
    R_COMUN -> R_NET [style=invis];   // apílalos en columna
  }

  // (El acomodo espacial —normas/referencia DEBAJO de los flujos— se hace en yEd; Graphviz solo fija el CONTENIDO.)
  // (Las referencias a 📜 normas / 💡 skills van como TAG de texto DENTRO del nodo que las invoca — ver labels arriba.)

  // ===== CORRELACIÓN ④↔⑤: la evidencia (1)/(2) que dod-verificar EXIGE es la que cerrar-slice PRODUCE =====

  // ===== CORRELACIÓN ④↔⑤: la evidencia (1)/(2) que dod-verificar EXIGE es la que cerrar-slice PRODUCE =====
  // (adyacentes por el orden de familia → conector corto; constraint=false para no alterar el layout)
  C3 -> G2_D4 [dir=both color="#D97757" style=dashed penwidth=1.4 constraint=false
               label="misma evidencia (1)/(2):\n⑤ la produce · ④ la exige"];
}
